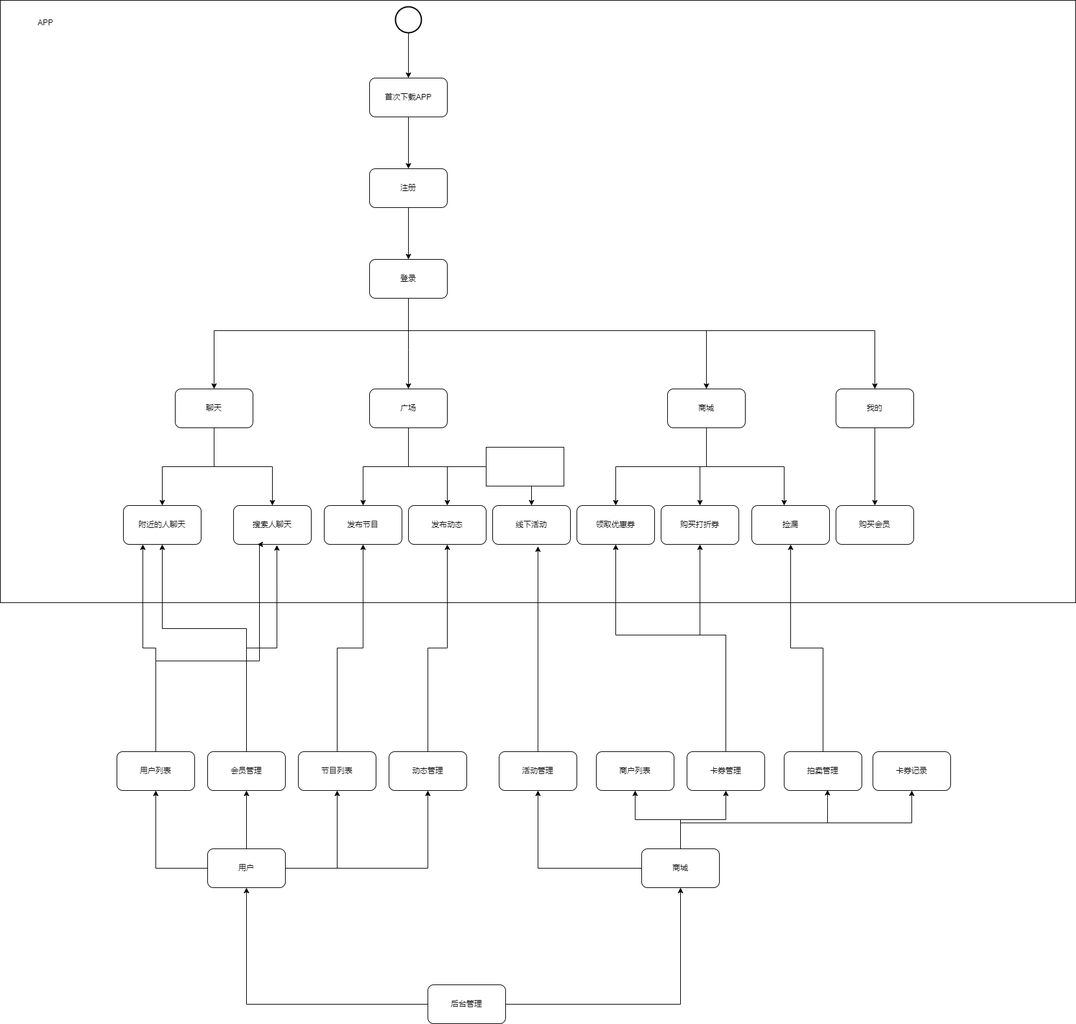
Before: Untitled Diagram.drawio.png, a diagram exported from draw.io (suibianlx/business_architect). Source tidied: cells renumbered, new cells last; positions are measured from the earlier drawing's top-left corner, leaving out a move shared by most shapes.
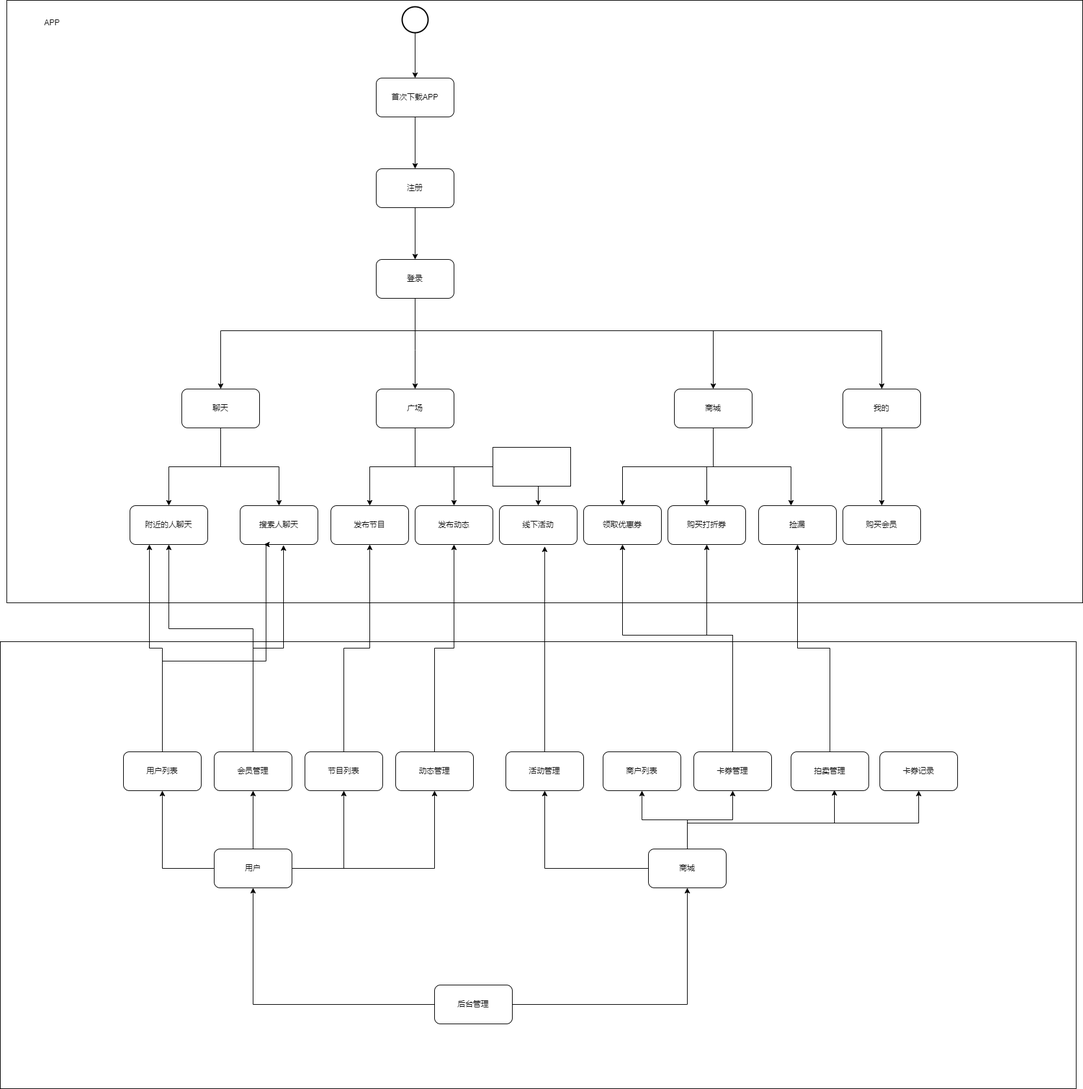
Later version of the same file.

Change to the diagram source:
```diff
@@ -2,6 +2,9 @@
   <root>
     <mxCell id="0" />
     <mxCell id="1" parent="0" />
+    <mxCell id="71" style="rounded=0;whiteSpace=wrap;html=1;" parent="1" vertex="1">
+      <mxGeometry x="-10" y="990" width="1660" height="690" as="geometry" />
+    </mxCell>
     <mxCell id="2" style="rounded=0;whiteSpace=wrap;html=1;" parent="1" vertex="1">
       <mxGeometry width="1660" height="930" as="geometry" />
     </mxCell>
```
